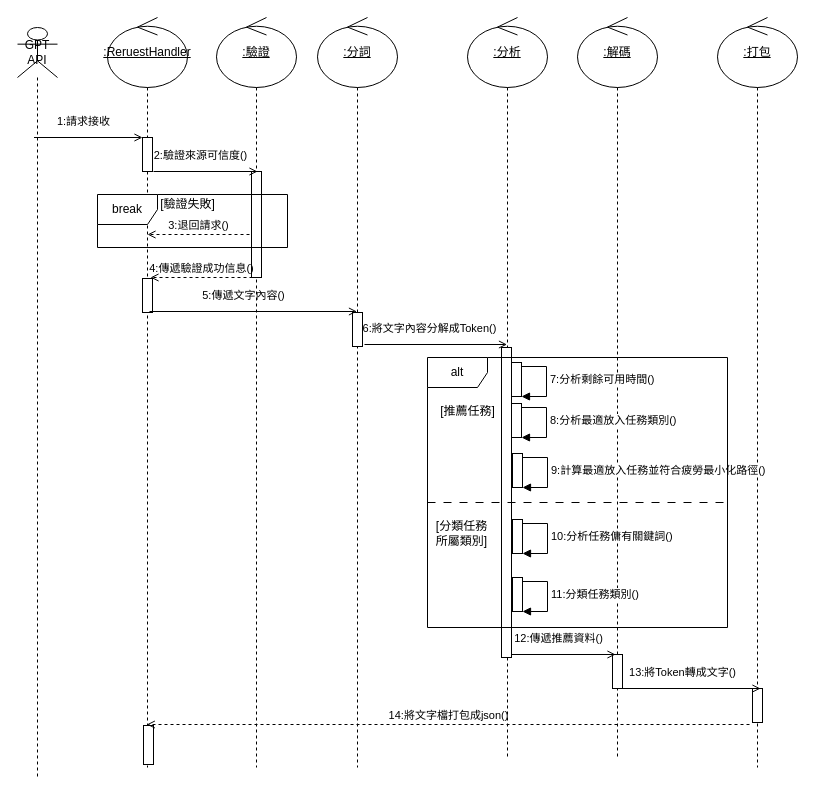
Earlier version of the draw.io diagram page "建議日程" (7 of 8) of 系統設計圖/使用個案圖20250226.drawio (Kevincheng0804/Graduation-Topic). Source tidied: cells renumbered, new cells numbered last; positions are measured from the earlier drawing's top-left corner, leaving out a move shared by most shapes. Both pictures are drawn from the tidied source at 100%, with x=0, y=0 at pixel (17, 17).
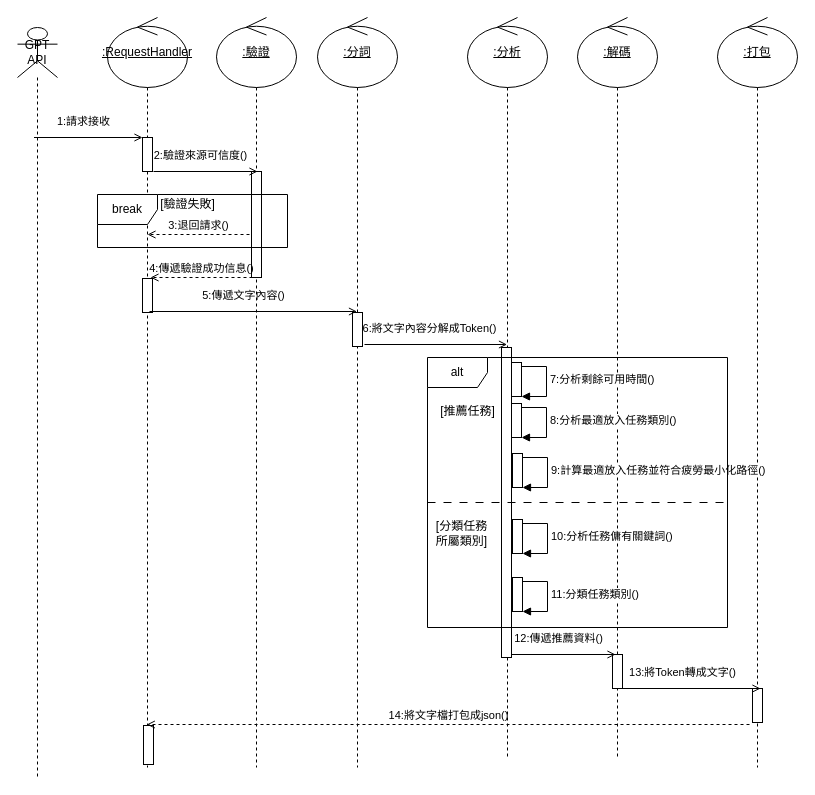
The same diagram, later.

Commit message (it also covers changes not shown here):
20250622添加後端程式

Diff of the diagram source:
```diff
@@
-    <mxCell id="3" value="&lt;u&gt;:ReruestHandler&lt;/u&gt;" style="shape=umlLifeline;perimeter=lifelinePerimeter;whiteSpace=wrap;html=1;newEdgeStyle={&quot;curved&quot;:0,&quot;rounded&quot;:0};participant=umlControl;size=70;" parent="1" vertex="1">
+    <mxCell id="3" value="&lt;u&gt;:RequestHandler&lt;/u&gt;" style="shape=umlLifeline;perimeter=lifelinePerimeter;whiteSpace=wrap;html=1;newEdgeStyle={&quot;curved&quot;:0,&quot;rounded&quot;:0};participant=umlControl;size=70;" parent="1" vertex="1">
       <mxGeometry x="90" width="80" height="750" as="geometry" />
     </mxCell>
```
